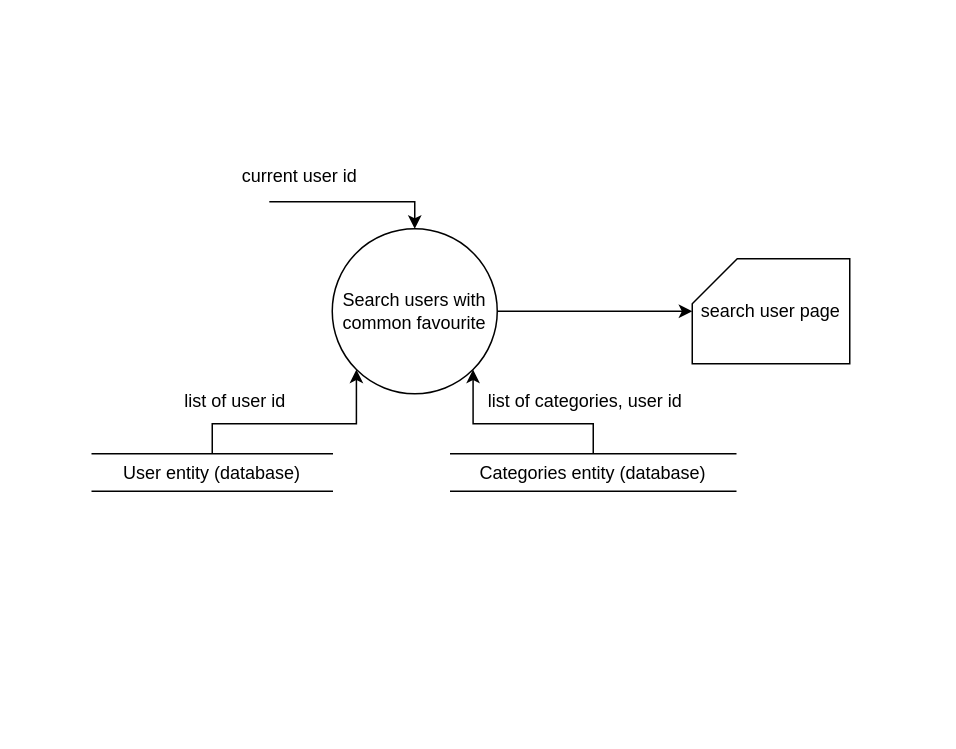
Above: DFD/Recommendation/UserRecommendation.drawio in DonaldLamNL/buzzer (draw.io), before the change. Source tidied: cells renumbered, new cells numbered last; positions are measured from the earlier drawing's top-left corner, leaving out a move shared by most shapes. Both pictures are drawn from the tidied source at 150%, with x=0, y=0 at pixel (92, 156).
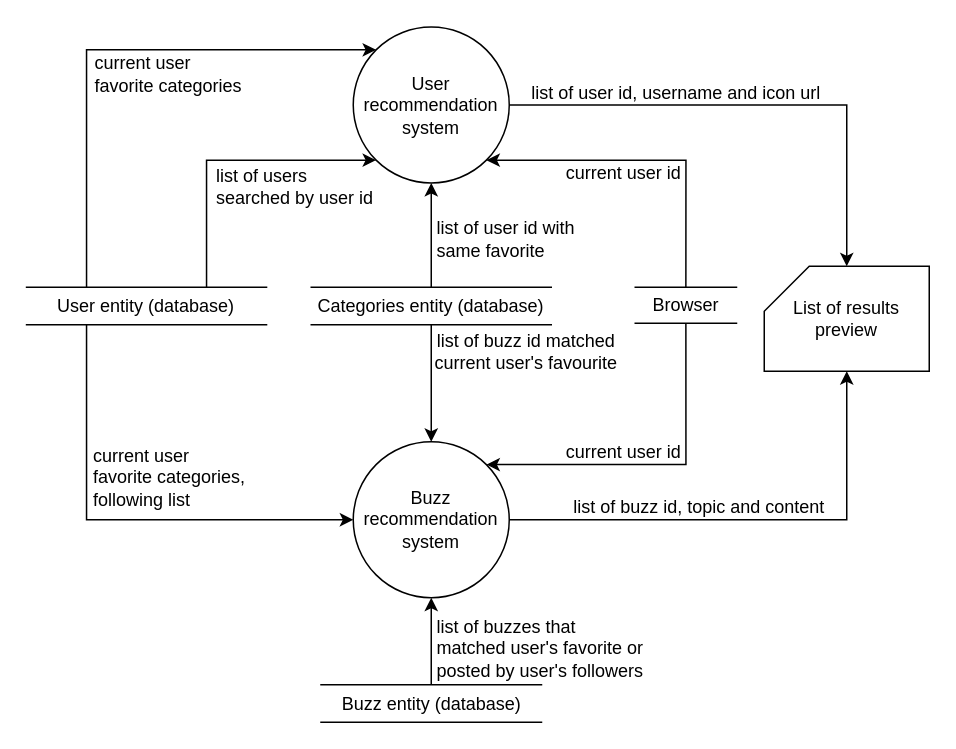
The same diagram, later.

Commit message:
Merge user & buzz recom.

What changed in the source:
```diff
@@
-    <mxCell id="2" style="edgeStyle=orthogonalEdgeStyle;rounded=0;jettySize=auto;html=1;exitX=0.295;exitY=1.154;exitDx=0;exitDy=0;entryX=0.5;entryY=0;entryDx=0;entryDy=0;exitPerimeter=0;" parent="1" edge="1" source="5" target="7">
-      <mxGeometry relative="1" as="geometry">
-        <Array as="points">
-          <mxPoint x="215" y="30" />
-        </Array>
-      </mxGeometry>
-    </mxCell>
-    <mxCell id="3" style="edgeStyle=orthogonalEdgeStyle;rounded=0;jettySize=auto;html=1;exitX=0.5;exitY=0;exitDx=0;exitDy=0;entryX=0;entryY=1;entryDx=0;entryDy=0;" parent="1" edge="1" source="4" target="7">
-      <mxGeometry relative="1" as="geometry" />
-    </mxCell>
+    <mxCell id="13" style="edgeStyle=orthogonalEdgeStyle;rounded=0;jettySize=auto;html=1;exitX=1;exitY=0.5;exitDx=0;exitDy=0;entryX=0.5;entryY=0;entryDx=0;entryDy=0;entryPerimeter=0;" parent="1" edge="1" source="14" target="29">
+      <mxGeometry relative="1" as="geometry" />
+    </mxCell>
+    <mxCell id="14" value="User recommendation system" style="ellipse;whiteSpace=wrap;html=1;" parent="1" vertex="1">
+      <mxGeometry x="174" y="-86.5" width="104" height="104" as="geometry" />
+    </mxCell>
+    <mxCell id="15" style="edgeStyle=orthogonalEdgeStyle;rounded=0;jettySize=auto;html=1;exitX=0.5;exitY=0;exitDx=0;exitDy=0;entryX=1;entryY=1;entryDx=0;entryDy=0;" parent="1" edge="1" source="17" target="14">
+      <mxGeometry relative="1" as="geometry">
+        <Array as="points">
+          <mxPoint x="396" y="2" />
+        </Array>
+      </mxGeometry>
+    </mxCell>
+    <mxCell id="16" style="edgeStyle=orthogonalEdgeStyle;rounded=0;jettySize=auto;html=1;exitX=0.5;exitY=1;exitDx=0;exitDy=0;entryX=1;entryY=0;entryDx=0;entryDy=0;" parent="1" edge="1" source="17" target="20">
+      <mxGeometry relative="1" as="geometry">
+        <Array as="points">
+          <mxPoint x="396" y="205" />
+        </Array>
+      </mxGeometry>
+    </mxCell>
+    <mxCell id="17" value="Browser" style="shape=partialRectangle;whiteSpace=wrap;html=1;left=0;right=0;fillColor=none;" parent="1" vertex="1">
+      <mxGeometry x="362" y="87" width="67.5" height="24" as="geometry" />
+    </mxCell>
+    <mxCell id="18" value="current user id" style="text;html=1;align=center;verticalAlign=middle;strokeColor=none;fillColor=none;" parent="1" vertex="1">
+      <mxGeometry x="306" y="-2" width="95" height="26" as="geometry" />
+    </mxCell>
+    <mxCell id="19" style="edgeStyle=orthogonalEdgeStyle;rounded=0;jettySize=auto;html=1;exitX=1;exitY=0.5;exitDx=0;exitDy=0;entryX=0.5;entryY=1;entryDx=0;entryDy=0;entryPerimeter=0;" parent="1" edge="1" source="20" target="29">
+      <mxGeometry relative="1" as="geometry" />
+    </mxCell>
+    <mxCell id="20" value="Buzz recommendation system" style="ellipse;whiteSpace=wrap;html=1;" parent="1" vertex="1">
+      <mxGeometry x="174" y="190" width="104" height="104" as="geometry" />
+    </mxCell>
+    <mxCell id="21" style="edgeStyle=orthogonalEdgeStyle;rounded=0;jettySize=auto;html=1;exitX=0.25;exitY=0;exitDx=0;exitDy=0;entryX=0;entryY=0;entryDx=0;entryDy=0;" parent="1" edge="1" source="4" target="14">
+      <mxGeometry relative="1" as="geometry">
+        <Array as="points">
+          <mxPoint x="-4" y="-71" />
+        </Array>
+      </mxGeometry>
+    </mxCell>
+    <mxCell id="22" style="edgeStyle=orthogonalEdgeStyle;rounded=0;jettySize=auto;html=1;exitX=0.75;exitY=0;exitDx=0;exitDy=0;entryX=0;entryY=1;entryDx=0;entryDy=0;" parent="1" edge="1" source="4" target="14">
+      <mxGeometry relative="1" as="geometry">
+        <Array as="points">
+          <mxPoint x="76" y="2" />
+        </Array>
+      </mxGeometry>
+    </mxCell>
+    <mxCell id="23" style="edgeStyle=orthogonalEdgeStyle;rounded=0;jettySize=auto;html=1;exitX=0.25;exitY=1;exitDx=0;exitDy=0;entryX=0;entryY=0.5;entryDx=0;entryDy=0;" parent="1" edge="1" source="4" target="20">
+      <mxGeometry relative="1" as="geometry" />
+    </mxCell>
     <mxCell id="4" value="User entity (database)" style="shape=partialRectangle;whiteSpace=wrap;html=1;left=0;right=0;fillColor=none;rounded=0;strokeColor=default;fontFamily=Helvetica;fontSize=12;fontColor=default;" parent="1" vertex="1">
-      <mxGeometry y="198" width="160" height="25" as="geometry" />
+      <mxGeometry x="-43.8" y="87" width="160" height="25" as="geometry" />
     </mxCell>
-    <mxCell id="5" value="current user id" style="text;html=1;align=center;verticalAlign=middle;points=[];strokeColor=none;fillColor=none;" parent="1" vertex="1">
-      <mxGeometry x="90" width="95" height="26" as="geometry" />
-    </mxCell>
-    <mxCell id="6" style="edgeStyle=orthogonalEdgeStyle;rounded=0;jettySize=auto;html=1;exitX=1;exitY=0.5;exitDx=0;exitDy=0;" parent="1" edge="1" source="7">
-      <mxGeometry relative="1" as="geometry">
-        <mxPoint x="400" y="103" as="targetPoint" />
-      </mxGeometry>
-    </mxCell>
-    <mxCell id="7" value="Search users with common favourite" style="ellipse;whiteSpace=wrap;html=1;" parent="1" vertex="1">
-      <mxGeometry x="160" y="48" width="110" height="110" as="geometry" />
-    </mxCell>
-    <mxCell id="8" value="list of user id" style="text;html=1;align=center;verticalAlign=middle;strokeColor=none;fillColor=none;" parent="1" vertex="1">
-      <mxGeometry x="50" y="148" width="90" height="30" as="geometry" />
-    </mxCell>
-    <mxCell id="9" style="edgeStyle=orthogonalEdgeStyle;rounded=0;jettySize=auto;html=1;exitX=0.5;exitY=0;exitDx=0;exitDy=0;entryX=1;entryY=1;entryDx=0;entryDy=0;" parent="1" edge="1" source="10" target="7">
-      <mxGeometry relative="1" as="geometry" />
-    </mxCell>
+    <mxCell id="24" value="current user&amp;nbsp;&lt;br&gt;favorite categories" style="text;html=1;align=left;verticalAlign=middle;strokeColor=none;fillColor=none;" parent="1" vertex="1">
+      <mxGeometry x="0.2" y="-75" width="116" height="40" as="geometry" />
+    </mxCell>
+    <mxCell id="25" value="list of users&lt;br&gt;searched by user id" style="text;html=1;align=left;verticalAlign=middle;strokeColor=none;fillColor=none;" parent="1" vertex="1">
+      <mxGeometry x="81" width="123" height="40" as="geometry" />
+    </mxCell>
+    <mxCell id="26" style="edgeStyle=orthogonalEdgeStyle;rounded=0;jettySize=auto;html=1;exitX=0.5;exitY=0;exitDx=0;exitDy=0;entryX=0.5;entryY=1;entryDx=0;entryDy=0;" parent="1" edge="1" source="10" target="14">
+      <mxGeometry relative="1" as="geometry" />
+    </mxCell>
+    <mxCell id="27" style="edgeStyle=orthogonalEdgeStyle;rounded=0;jettySize=auto;html=1;" parent="1" edge="1" source="10" target="20">
+      <mxGeometry relative="1" as="geometry" />
+    </mxCell>
     <mxCell id="10" value="Categories entity (database)" style="shape=partialRectangle;whiteSpace=wrap;html=1;left=0;right=0;fillColor=none;rounded=0;strokeColor=default;fontFamily=Helvetica;fontSize=12;fontColor=default;" parent="1" vertex="1">
-      <mxGeometry x="239" y="198" width="190" height="25" as="geometry" />
+      <mxGeometry x="146" y="87" width="160" height="25" as="geometry" />
     </mxCell>
-    <mxCell id="11" value="list of categories, user id&amp;nbsp;" style="text;html=1;align=center;verticalAlign=middle;strokeColor=none;fillColor=none;" parent="1" vertex="1">
-      <mxGeometry x="250" y="148" width="160" height="30" as="geometry" />
-    </mxCell>
-    <mxCell id="12" value="search user page" style="shape=card;whiteSpace=wrap;html=1;" parent="1" vertex="1">
-      <mxGeometry x="400" y="68" width="105" height="70" as="geometry" />
-    </mxCell>
+    <mxCell id="28" value="list of user id&amp;nbsp;with&lt;br style=&quot;border-color: var(--border-color);&quot;&gt;&lt;span style=&quot;&quot;&gt;same favorite&lt;/span&gt;" style="text;html=1;align=left;verticalAlign=middle;strokeColor=none;fillColor=none;" parent="1" vertex="1">
+      <mxGeometry x="228" y="35" width="110" height="40" as="geometry" />
+    </mxCell>
+    <mxCell id="29" value="List of results preview" style="shape=card;whiteSpace=wrap;html=1;" parent="1" vertex="1">
+      <mxGeometry x="448" y="73" width="110" height="70" as="geometry" />
+    </mxCell>
+    <mxCell id="30" value="list of user id, username and icon url" style="text;html=1;align=center;verticalAlign=middle;strokeColor=none;fillColor=none;" parent="1" vertex="1">
+      <mxGeometry x="283" y="-55" width="211" height="26" as="geometry" />
+    </mxCell>
+    <mxCell id="31" value="current user id" style="text;html=1;align=center;verticalAlign=middle;strokeColor=none;fillColor=none;" parent="1" vertex="1">
+      <mxGeometry x="306" y="184" width="95" height="26" as="geometry" />
+    </mxCell>
+    <mxCell id="32" value="list of buzz id&amp;nbsp;&lt;span style=&quot;text-align: left;&quot;&gt;matched&lt;br&gt;current user's favourite&lt;/span&gt;" style="text;html=1;align=center;verticalAlign=middle;strokeColor=none;fillColor=none;" parent="1" vertex="1">
+      <mxGeometry x="219" y="110" width="140" height="40" as="geometry" />
+    </mxCell>
+    <mxCell id="33" value="current user&amp;nbsp;&lt;br&gt;favorite categories,&lt;br&gt;following list" style="text;html=1;align=left;verticalAlign=middle;strokeColor=none;fillColor=none;" parent="1" vertex="1">
+      <mxGeometry x="-1.2" y="187" width="119" height="54" as="geometry" />
+    </mxCell>
+    <mxCell id="34" style="edgeStyle=orthogonalEdgeStyle;rounded=0;jettySize=auto;html=1;exitX=0.5;exitY=0;exitDx=0;exitDy=0;entryX=0.5;entryY=1;entryDx=0;entryDy=0;" parent="1" edge="1" source="35" target="20">
+      <mxGeometry relative="1" as="geometry" />
+    </mxCell>
+    <mxCell id="35" value="Buzz entity (database)" style="shape=partialRectangle;whiteSpace=wrap;html=1;left=0;right=0;fillColor=none;rounded=0;strokeColor=default;fontFamily=Helvetica;fontSize=12;fontColor=default;" parent="1" vertex="1">
+      <mxGeometry x="152.5" y="352" width="147" height="25" as="geometry" />
+    </mxCell>
+    <mxCell id="36" value="list of buzzes that &lt;br&gt;matched user's favorite or &lt;br&gt;posted by user's followers" style="text;html=1;align=left;verticalAlign=middle;strokeColor=none;fillColor=none;" parent="1" vertex="1">
+      <mxGeometry x="228" y="301" width="156" height="54" as="geometry" />
+    </mxCell>
+    <mxCell id="37" value="list of buzz id, topic and content&amp;nbsp;" style="text;html=1;align=center;verticalAlign=middle;strokeColor=none;fillColor=none;" parent="1" vertex="1">
+      <mxGeometry x="311" y="221" width="189" height="26" as="geometry" />
+    </mxCell>
```
